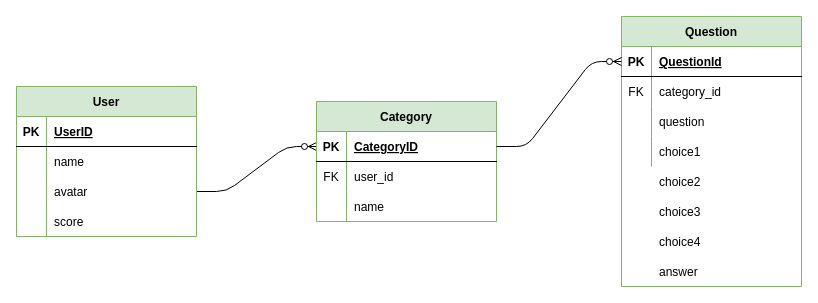
Before: erd.drawio in fentybit/KnowItAll_backend, a draw.io diagram. Source tidied: cells renumbered, new cells numbered last; positions are measured from the earlier drawing's top-left corner, leaving out a move shared by most shapes. Both pictures are drawn from the tidied source at 100%, with x=0, y=0 at pixel (16, 16).
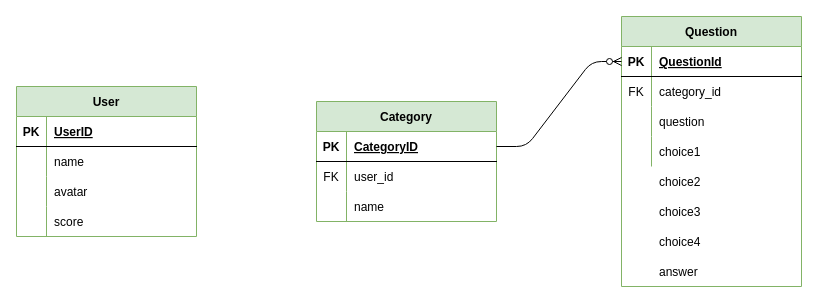
After the change.

The change refers to these unchanged cells:
```xml
<mxCell id="10" style="shape=partialRectangle;fillColor=none;top=0;left=0;bottom=0;right=0;points=[[0,0.5],[1,0.5]];portConstraint=eastwest;" parent="3" vertex="1">
  <mxGeometry y="90" width="180" height="30" as="geometry" />
</mxCell>
<mxCell id="17" style="shape=partialRectangle;fillColor=none;top=0;left=0;bottom=1;right=0;points=[[0,0.5],[1,0.5]];portConstraint=eastwest;" parent="16" vertex="1">
  <mxGeometry y="30" width="180" height="30" as="geometry" />
</mxCell>
```

What changed in the source:
```diff
@@
-    <mxCell id="2" style="edgeStyle=entityRelationEdgeStyle;fontSize=12;html=1;endArrow=ERzeroToMany;endFill=1;exitX=1;exitY=0.5;exitDx=0;exitDy=0;entryX=0;entryY=0.5;entryDx=0;entryDy=0;" parent="1" edge="1" source="10" target="17">
-      <mxGeometry relative="1" as="geometry" />
-    </mxCell>
```
